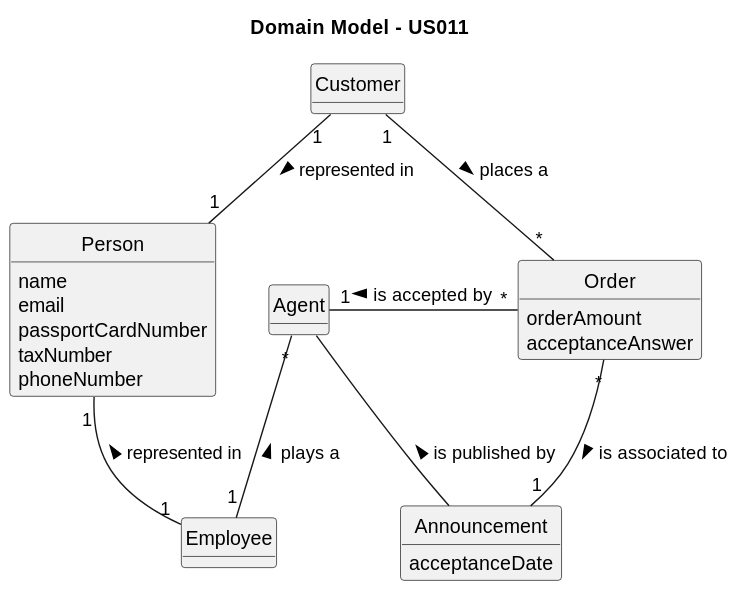
Before: docs/sprintC/us011/02.analysis/svg/us011-domain-model.svg, a diagram exported from PlantUML (rita-barbosa/LAPR2-2223).
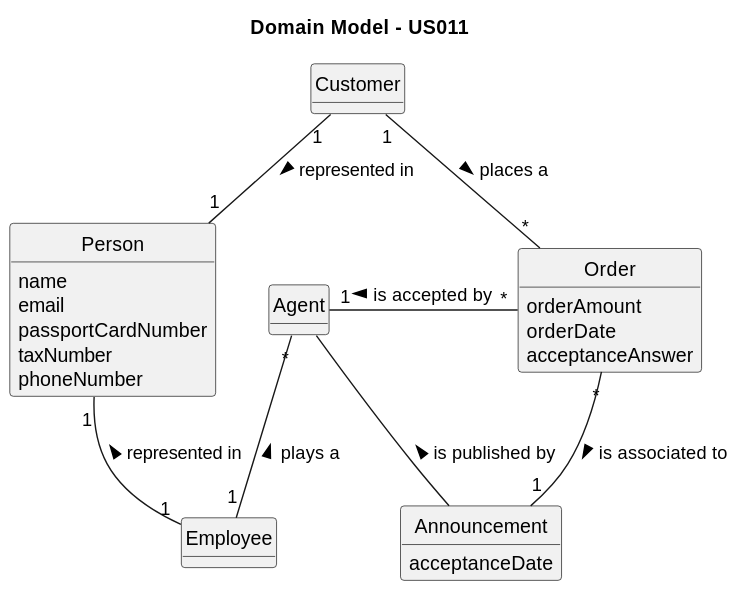
After the change.

Commit message:
Update domain-model [US011& Global Artifacts][Analysis]

Diff of the diagram source:
```diff
@@ -13,6 +13,7 @@
 
 class Order {
 orderAmount
+orderDate
 acceptanceAnswer
 }
 
```
